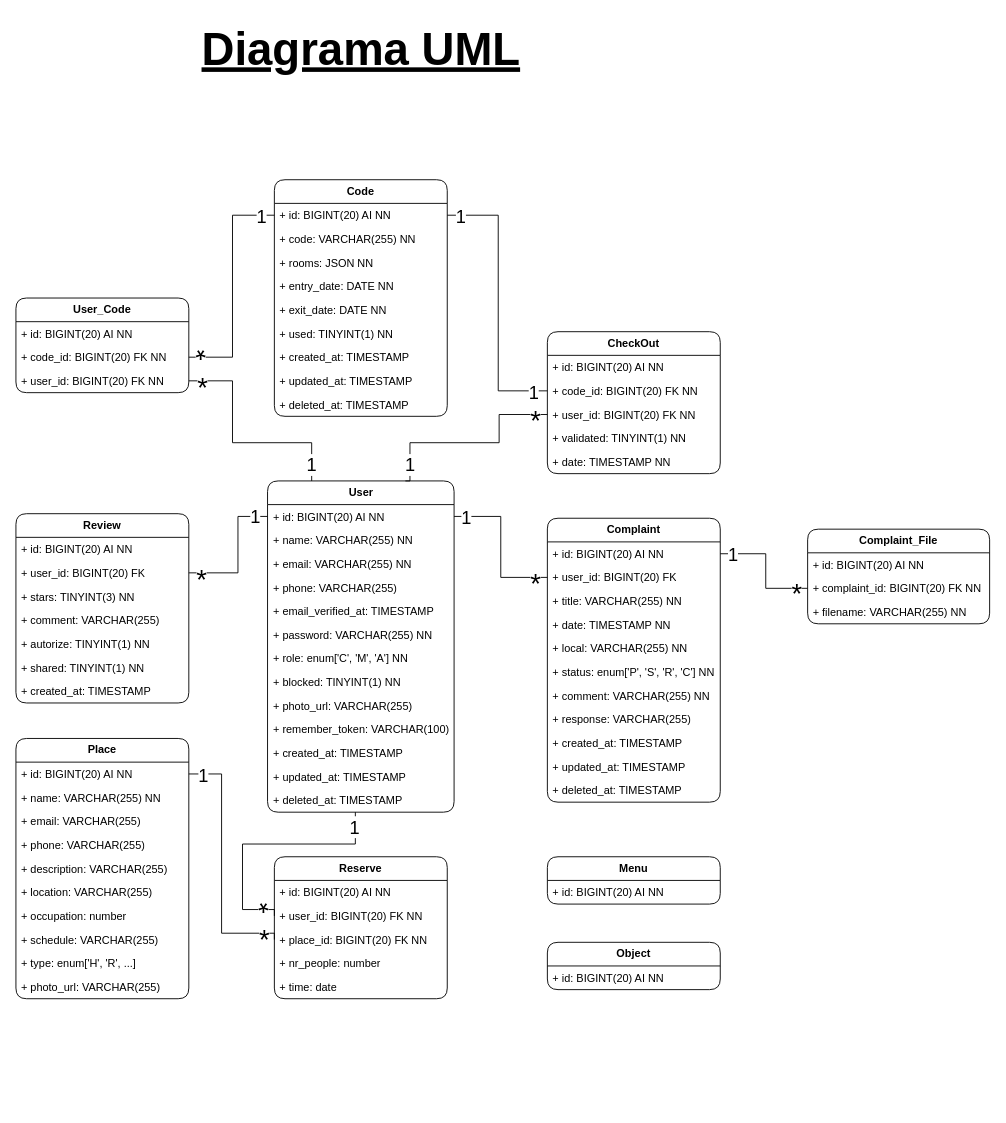
Before: page "Diagrama UML" (1 of 2) of HappyGuest.drawio in Happy-Guest/HG-Notes, a draw.io diagram. Source tidied: cells renumbered, new cells numbered last; positions are measured from the earlier drawing's top-left corner, leaving out a move shared by most shapes. Both pictures are drawn from the tidied source at 91%, with x=0, y=0 at pixel (15, 15).
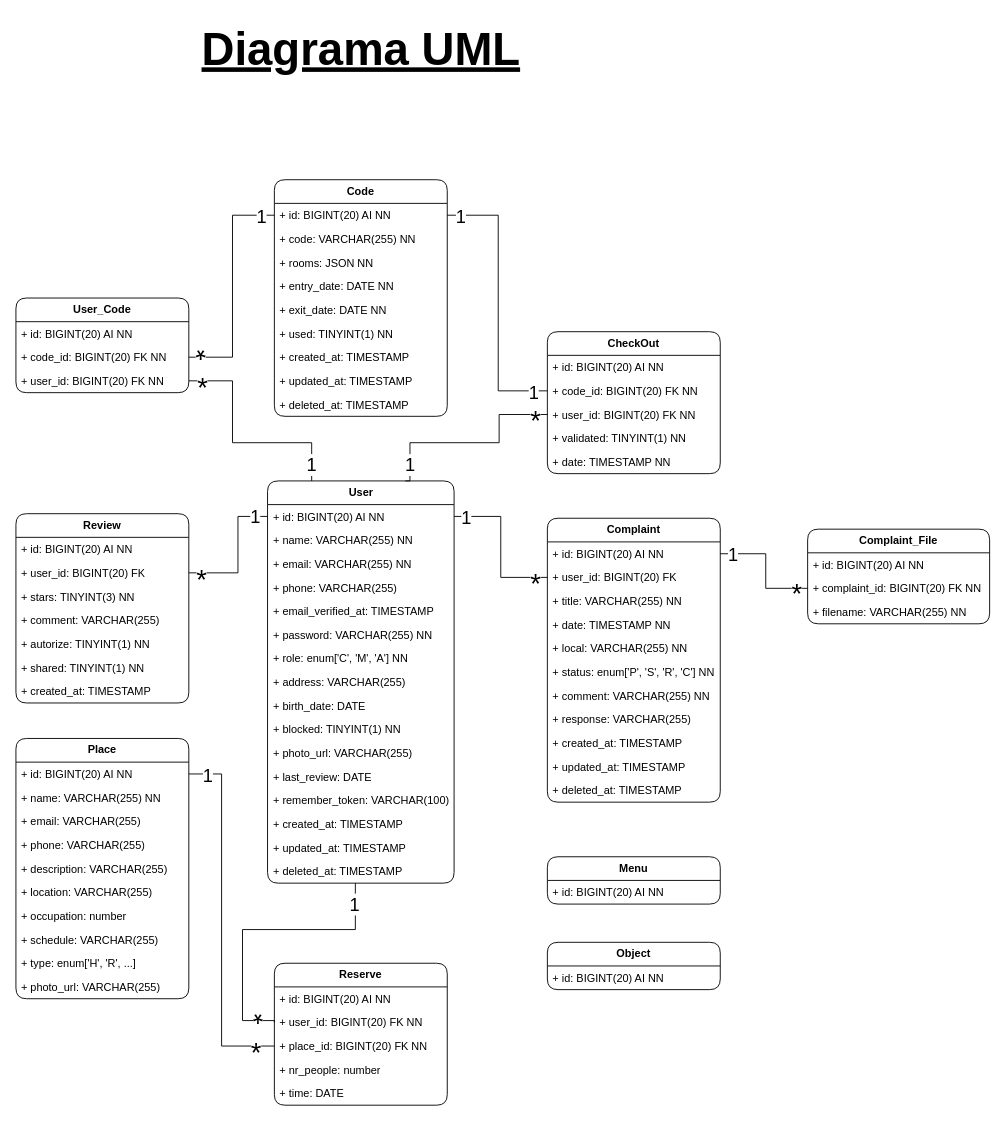
The same page after the edit.

Unchanged cells that the change refers to:
```xml
<mxCell id="52" value="+ id: BIGINT(20) AI NN" style="text;strokeColor=none;fillColor=none;align=left;verticalAlign=top;spacingLeft=4;spacingRight=4;overflow=hidden;points=[[0,0.5],[1,0.5]];portConstraint=eastwest;whiteSpace=wrap;html=1;" parent="51" vertex="1">
  <mxGeometry y="26" width="190" height="26" as="geometry" />
</mxCell>
<mxCell id="73" value="+ user_id: BIGINT(20) FK NN" style="text;strokeColor=none;fillColor=none;align=left;verticalAlign=top;spacingLeft=4;spacingRight=4;overflow=hidden;points=[[0,0.5],[1,0.5]];portConstraint=eastwest;whiteSpace=wrap;html=1;" parent="71" vertex="1">
  <mxGeometry y="52" width="190" height="26" as="geometry" />
</mxCell>
<mxCell id="74" value="+ place_id: BIGINT(20) FK NN" style="text;strokeColor=none;fillColor=none;align=left;verticalAlign=top;spacingLeft=4;spacingRight=4;overflow=hidden;points=[[0,0.5],[1,0.5]];portConstraint=eastwest;whiteSpace=wrap;html=1;" parent="71" vertex="1">
  <mxGeometry y="78" width="190" height="26" as="geometry" />
</mxCell>
```

What changed in the source:
```diff
@@
     <mxCell id="2" value="&lt;b&gt;User&lt;/b&gt;" style="swimlane;fontStyle=0;horizontal=1;startSize=26;fillColor=none;whiteSpace=wrap;html=1;perimeterSpacing=0;rounded=1;" parent="1" vertex="1">
-      <mxGeometry x="276.5" y="511" width="205" height="364" as="geometry" />
+      <mxGeometry x="276.5" y="511" width="205" height="442" as="geometry" />
     </mxCell>
@@
+    <mxCell id="109" value="+ address: VARCHAR(255)" style="text;strokeColor=none;fillColor=none;align=left;verticalAlign=top;spacingLeft=4;spacingRight=4;overflow=hidden;whiteSpace=wrap;html=1;" parent="2" vertex="1">
+      <mxGeometry y="208" width="205" height="26" as="geometry" />
+    </mxCell>
+    <mxCell id="110" value="+ birth_date: DATE" style="text;strokeColor=none;fillColor=none;align=left;verticalAlign=top;spacingLeft=4;spacingRight=4;overflow=hidden;whiteSpace=wrap;html=1;" parent="2" vertex="1">
+      <mxGeometry y="234" width="205" height="26" as="geometry" />
+    </mxCell>
     <mxCell id="10" value="+ blocked: TINYINT(1) NN" style="text;strokeColor=none;fillColor=none;align=left;verticalAlign=top;spacingLeft=4;spacingRight=4;overflow=hidden;whiteSpace=wrap;html=1;" parent="2" vertex="1">
-      <mxGeometry y="208" width="205" height="26" as="geometry" />
+      <mxGeometry y="260" width="205" height="26" as="geometry" />
     </mxCell>
     <mxCell id="11" value="+ photo_url: VARCHAR(255)" style="text;strokeColor=none;fillColor=none;align=left;verticalAlign=top;spacingLeft=4;spacingRight=4;overflow=hidden;whiteSpace=wrap;html=1;" parent="2" vertex="1">
-      <mxGeometry y="234" width="205" height="26" as="geometry" />
+      <mxGeometry y="286" width="205" height="26" as="geometry" />
     </mxCell>
+    <mxCell id="111" value="+ last_review: DATE" style="text;strokeColor=none;fillColor=none;align=left;verticalAlign=top;spacingLeft=4;spacingRight=4;overflow=hidden;whiteSpace=wrap;html=1;" parent="2" vertex="1">
+      <mxGeometry y="312" width="205" height="26" as="geometry" />
+    </mxCell>
     <mxCell id="12" value="+ remember_token: VARCHAR(100)" style="text;strokeColor=none;fillColor=none;align=left;verticalAlign=top;spacingLeft=4;spacingRight=4;overflow=hidden;whiteSpace=wrap;html=1;" parent="2" vertex="1">
-      <mxGeometry y="260" width="205" height="26" as="geometry" />
+      <mxGeometry y="338" width="205" height="26" as="geometry" />
     </mxCell>
     <mxCell id="13" value="+ created_at: TIMESTAMP" style="text;strokeColor=none;fillColor=none;align=left;verticalAlign=top;spacingLeft=4;spacingRight=4;overflow=hidden;whiteSpace=wrap;html=1;" parent="2" vertex="1">
-      <mxGeometry y="286" width="205" height="26" as="geometry" />
+      <mxGeometry y="364" width="205" height="26" as="geometry" />
     </mxCell>
     <mxCell id="14" value="+ updated_at: TIMESTAMP" style="text;strokeColor=none;fillColor=none;align=left;verticalAlign=top;spacingLeft=4;spacingRight=4;overflow=hidden;whiteSpace=wrap;html=1;" parent="2" vertex="1">
-      <mxGeometry y="312" width="205" height="26" as="geometry" />
+      <mxGeometry y="390" width="205" height="26" as="geometry" />
     </mxCell>
     <mxCell id="15" value="+ deleted_at: TIMESTAMP" style="text;strokeColor=none;fillColor=none;align=left;verticalAlign=top;spacingLeft=4;spacingRight=4;overflow=hidden;points=[[0,0.5],[1,0.5]];portConstraint=eastwest;whiteSpace=wrap;html=1;" parent="2" vertex="1">
-      <mxGeometry y="338" width="205" height="26" as="geometry" />
+      <mxGeometry y="416" width="205" height="26" as="geometry" />
     </mxCell>
@@
     <mxCell id="71" value="&lt;b&gt;Reserve&lt;br&gt;&lt;/b&gt;" style="swimlane;fontStyle=0;horizontal=1;startSize=26;fillColor=none;whiteSpace=wrap;html=1;perimeterSpacing=0;rounded=1;" parent="1" vertex="1">
-      <mxGeometry x="284" y="924" width="190" height="156" as="geometry" />
+      <mxGeometry x="284" y="1041" width="190" height="156" as="geometry" />
     </mxCell>
@@
-    <mxCell id="76" value="+ time: date" style="text;strokeColor=none;fillColor=none;align=left;verticalAlign=top;spacingLeft=4;spacingRight=4;overflow=hidden;whiteSpace=wrap;html=1;" parent="71" vertex="1">
+    <mxCell id="76" value="+ time: DATE" style="text;strokeColor=none;fillColor=none;align=left;verticalAlign=top;spacingLeft=4;spacingRight=4;overflow=hidden;whiteSpace=wrap;html=1;" parent="71" vertex="1">
       <mxGeometry y="130" width="190" height="26" as="geometry" />
     </mxCell>
     <mxCell id="77" style="edgeStyle=orthogonalEdgeStyle;rounded=0;jettySize=auto;html=1;entryX=1;entryY=0.5;entryDx=0;entryDy=0;endArrow=none;endFill=0;exitX=0;exitY=0.5;exitDx=0;exitDy=0;" parent="1" edge="1" source="74" target="52">
       <mxGeometry relative="1" as="geometry">
         <Array as="points">
-          <mxPoint x="226" y="1008" />
+          <mxPoint x="226" y="1132" />
           <mxPoint x="226" y="833" />
         </Array>
       </mxGeometry>
     </mxCell>
     <mxCell id="78" value="&lt;font style=&quot;font-size: 30px;&quot;&gt;*&lt;/font&gt;" style="edgeLabel;html=1;align=center;verticalAlign=middle;" parent="77" vertex="1">
       <mxGeometry x="-0.92" relative="1" as="geometry">
-        <mxPoint x="-8" y="6" as="offset" />
+        <mxPoint x="-5" y="6" as="offset" />
       </mxGeometry>
     </mxCell>
@@
     <mxCell id="80" style="edgeStyle=orthogonalEdgeStyle;rounded=0;jettySize=auto;html=1;endArrow=none;endFill=0;exitX=0;exitY=0.5;exitDx=0;exitDy=0;" parent="1" edge="1" source="73" target="15">
       <mxGeometry relative="1" as="geometry">
         <Array as="points">
-          <mxPoint x="284" y="982" />
-          <mxPoint x="249" y="982" />
-          <mxPoint x="249" y="910" />
-          <mxPoint x="373" y="910" />
+          <mxPoint x="284" y="1104" />
+          <mxPoint x="249" y="1104" />
+          <mxPoint x="249" y="1004" />
+          <mxPoint x="373" y="1004" />
         </Array>
       </mxGeometry>
     </mxCell>
@@
     <mxCell id="97" value="&lt;font style=&quot;font-size: 20px;&quot;&gt;1&lt;/font&gt;" style="edgeLabel;html=1;align=center;verticalAlign=middle;" parent="1" vertex="1">
-      <mxGeometry x="346.5" y="800" as="geometry">
+      <mxGeometry x="346.5" y="885" as="geometry">
         <mxPoint x="25" y="90" as="offset" />
       </mxGeometry>
     </mxCell>
```
